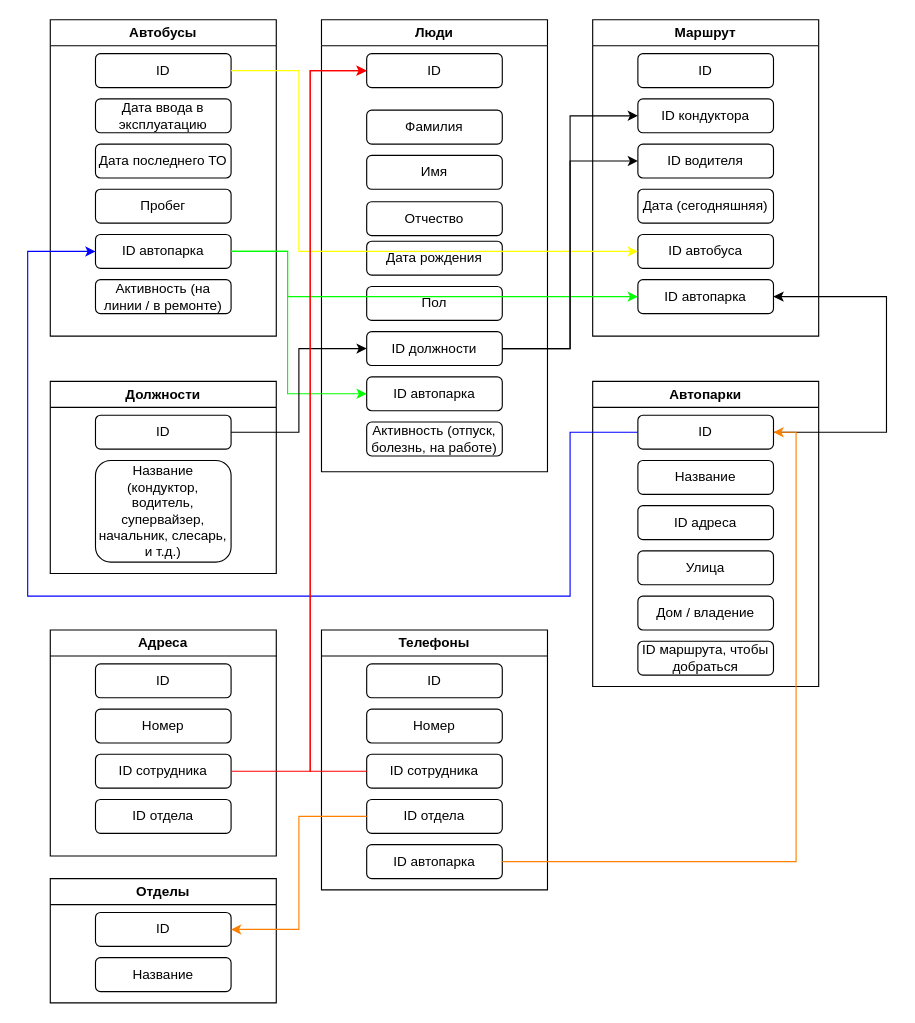
Earlier version of the draw.io diagram Databases01/Seminar01-3-Homework.drawio (OksanaLebedeva/Databases). Source tidied: cells renumbered, new cells numbered last; positions are measured from the earlier drawing's top-left corner, leaving out a move shared by most shapes. Both pictures are drawn from the tidied source at 113%, with x=0, y=0 at pixel (27, 19).
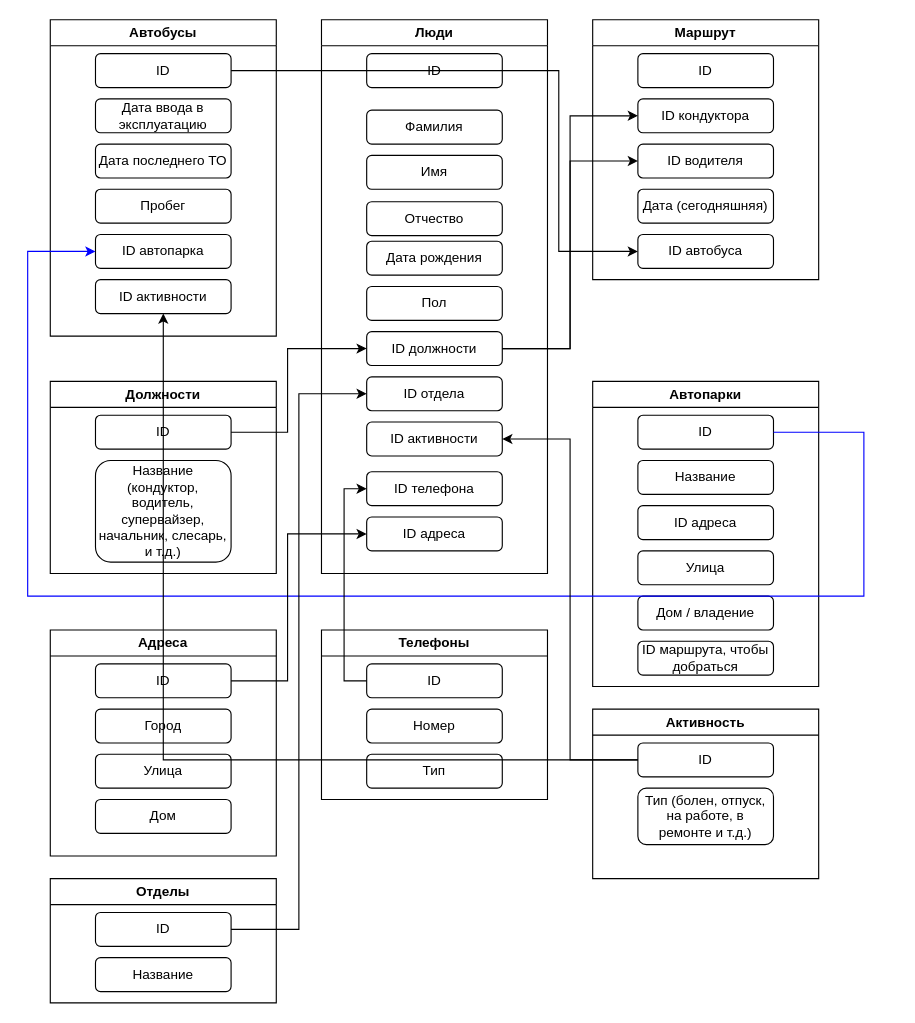
Above is the later version.

Commit message:
Seminar 1 and Homework 1

The change refers to these unchanged cells:
```xml
<mxCell id="2" value="Автобусы" style="swimlane;whiteSpace=wrap;html=1;" parent="1" vertex="1">
  <mxGeometry x="20" width="200" height="280" as="geometry" />
</mxCell>
<mxCell id="3" value="ID" style="rounded=1;whiteSpace=wrap;html=1;" parent="2" vertex="1">
  <mxGeometry x="40" y="30" width="120" height="30" as="geometry" />
</mxCell>
<mxCell id="7" value="ID автопарка" style="rounded=1;whiteSpace=wrap;html=1;" parent="2" vertex="1">
  <mxGeometry x="40" y="190" width="120" height="30" as="geometry" />
</mxCell>
<mxCell id="10" value="ID" style="rounded=1;whiteSpace=wrap;html=1;" parent="9" vertex="1">
  <mxGeometry x="40" y="30" width="120" height="30" as="geometry" />
</mxCell>
<mxCell id="13" value="ID должности" style="rounded=1;whiteSpace=wrap;html=1;" parent="9" vertex="1">
  <mxGeometry x="40" y="276" width="120" height="30" as="geometry" />
</mxCell>
<mxCell id="24" value="ID автобуса" style="rounded=1;whiteSpace=wrap;html=1;" parent="19" vertex="1">
  <mxGeometry x="40" y="190" width="120" height="30" as="geometry" />
</mxCell>
<mxCell id="31" value="ID" style="rounded=1;whiteSpace=wrap;html=1;" parent="30" vertex="1">
  <mxGeometry x="40" y="30" width="120" height="30" as="geometry" />
</mxCell>
<mxCell id="36" value="ID" style="rounded=1;whiteSpace=wrap;html=1;" parent="35" vertex="1">
  <mxGeometry x="40" y="30" width="120" height="30" as="geometry" />
</mxCell>
<mxCell id="44" value="Адреса" style="swimlane;whiteSpace=wrap;html=1;" parent="1" vertex="1">
  <mxGeometry x="20" y="540" width="200" height="200" as="geometry" />
</mxCell>
<mxCell id="45" value="ID" style="rounded=1;whiteSpace=wrap;html=1;" parent="44" vertex="1">
  <mxGeometry x="40" y="30" width="120" height="30" as="geometry" />
</mxCell>
<mxCell id="51" value="ID" style="rounded=1;whiteSpace=wrap;html=1;" parent="50" vertex="1">
  <mxGeometry x="40" y="30" width="120" height="30" as="geometry" />
</mxCell>
<mxCell id="58" value="ID" style="rounded=1;whiteSpace=wrap;html=1;" parent="57" vertex="1">
  <mxGeometry x="40" y="30" width="120" height="30" as="geometry" />
</mxCell>
```

What changed in the source:
```diff
@@
-    <mxCell id="8" value="Активность (на линии / в ремонте)" style="rounded=1;whiteSpace=wrap;html=1;" parent="2" vertex="1">
+    <mxCell id="8" value="ID активности" style="rounded=1;whiteSpace=wrap;html=1;" parent="2" vertex="1">
       <mxGeometry x="40" y="230" width="120" height="30" as="geometry" />
     </mxCell>
     <mxCell id="9" value="Люди" style="swimlane;whiteSpace=wrap;html=1;startSize=23;" parent="1" vertex="1">
-      <mxGeometry x="260" width="200" height="400" as="geometry" />
+      <mxGeometry x="260" width="200" height="490" as="geometry" />
     </mxCell>
@@
-    <mxCell id="14" value="ID автопарка" style="rounded=1;whiteSpace=wrap;html=1;" parent="9" vertex="1">
+    <mxCell id="14" value="ID отдела" style="rounded=1;whiteSpace=wrap;html=1;" parent="9" vertex="1">
       <mxGeometry x="40" y="316" width="120" height="30" as="geometry" />
     </mxCell>
-    <mxCell id="15" value="Активность (отпуск, болезнь, на работе)" style="rounded=1;whiteSpace=wrap;html=1;" parent="9" vertex="1">
+    <mxCell id="15" value="ID активности" style="rounded=1;whiteSpace=wrap;html=1;" parent="9" vertex="1">
       <mxGeometry x="40" y="356" width="120" height="30" as="geometry" />
     </mxCell>
@@
+    <mxCell id="62" value="ID телефона" style="rounded=1;whiteSpace=wrap;html=1;" parent="9" vertex="1">
+      <mxGeometry x="40" y="400" width="120" height="30" as="geometry" />
+    </mxCell>
+    <mxCell id="63" value="ID адреса" style="rounded=1;whiteSpace=wrap;html=1;" parent="9" vertex="1">
+      <mxGeometry x="40" y="440" width="120" height="30" as="geometry" />
+    </mxCell>
     <mxCell id="19" value="Маршрут" style="swimlane;whiteSpace=wrap;html=1;" parent="1" vertex="1">
-      <mxGeometry x="500" width="200" height="280" as="geometry" />
+      <mxGeometry x="500" width="200" height="230" as="geometry" />
     </mxCell>
@@
-    <mxCell id="25" value="ID автопарка" style="rounded=1;whiteSpace=wrap;html=1;" parent="19" vertex="1">
-      <mxGeometry x="40" y="230" width="120" height="30" as="geometry" />
-    </mxCell>
-    <mxCell id="26" style="edgeStyle=orthogonalEdgeStyle;rounded=0;jettySize=auto;html=1;exitX=1;exitY=0.5;exitDx=0;exitDy=0;entryX=0;entryY=0.5;entryDx=0;entryDy=0;strokeColor=#FFFF00;" parent="1" edge="1" source="3" target="24">
-      <mxGeometry relative="1" as="geometry">
-        <Array as="points">
-          <mxPoint x="240" y="45" />
-          <mxPoint x="240" y="205" />
-        </Array>
-      </mxGeometry>
-    </mxCell>
-    <mxCell id="27" style="edgeStyle=orthogonalEdgeStyle;rounded=0;jettySize=auto;html=1;exitX=1;exitY=0.5;exitDx=0;exitDy=0;entryX=0;entryY=0.5;entryDx=0;entryDy=0;strokeColor=#00FF00;" parent="1" edge="1" source="7" target="25">
-      <mxGeometry relative="1" as="geometry">
-        <Array as="points">
-          <mxPoint x="230" y="205" />
-          <mxPoint x="230" y="245" />
-        </Array>
-      </mxGeometry>
-    </mxCell>
@@
-    <mxCell id="33" style="edgeStyle=orthogonalEdgeStyle;rounded=0;jettySize=auto;html=1;exitX=1;exitY=0.5;exitDx=0;exitDy=0;entryX=0;entryY=0.5;entryDx=0;entryDy=0;strokeColor=#00FF00;" parent="1" edge="1" source="7" target="14">
-      <mxGeometry relative="1" as="geometry">
-        <Array as="points">
-          <mxPoint x="230" y="205" />
-          <mxPoint x="230" y="331" />
-        </Array>
-      </mxGeometry>
-    </mxCell>
     <mxCell id="34" style="edgeStyle=orthogonalEdgeStyle;rounded=0;jettySize=auto;html=1;exitX=1;exitY=0.5;exitDx=0;exitDy=0;entryX=0;entryY=0.5;entryDx=0;entryDy=0;" parent="1" edge="1" source="31" target="13">
-      <mxGeometry relative="1" as="geometry" />
+      <mxGeometry relative="1" as="geometry">
+        <Array as="points">
+          <mxPoint x="230" y="365" />
+          <mxPoint x="230" y="291" />
+        </Array>
+      </mxGeometry>
     </mxCell>
@@
-    <mxCell id="42" style="edgeStyle=orthogonalEdgeStyle;rounded=0;jettySize=auto;html=1;exitX=1;exitY=0.5;exitDx=0;exitDy=0;entryX=1;entryY=0.5;entryDx=0;entryDy=0;" parent="1" edge="1" source="36" target="25">
-      <mxGeometry relative="1" as="geometry">
-        <Array as="points">
-          <mxPoint x="760" y="365" />
-          <mxPoint x="760" y="245" />
-        </Array>
-      </mxGeometry>
-    </mxCell>
-    <mxCell id="43" style="edgeStyle=orthogonalEdgeStyle;rounded=0;jettySize=auto;html=1;exitX=0;exitY=0.5;exitDx=0;exitDy=0;entryX=0;entryY=0.5;entryDx=0;entryDy=0;strokeColor=#0000FF;" parent="1" edge="1" source="36" target="7">
+    <mxCell id="43" style="edgeStyle=orthogonalEdgeStyle;rounded=0;jettySize=auto;html=1;exitX=1;exitY=0.5;exitDx=0;exitDy=0;entryX=0;entryY=0.5;entryDx=0;entryDy=0;strokeColor=#0000FF;" parent="1" edge="1" source="36" target="7">
       <mxGeometry relative="1" as="geometry">
         <Array as="points">
-          <mxPoint x="480" y="365" />
-          <mxPoint x="480" y="510" />
+          <mxPoint x="740" y="365" />
+          <mxPoint x="740" y="510" />
           <mxPoint y="510" />
           <mxPoint y="205" />
         </Array>
       </mxGeometry>
     </mxCell>
@@
-    <mxCell id="46" value="Номер" style="rounded=1;whiteSpace=wrap;html=1;" parent="44" vertex="1">
+    <mxCell id="46" value="Город" style="rounded=1;whiteSpace=wrap;html=1;" parent="44" vertex="1">
       <mxGeometry x="40" y="70" width="120" height="30" as="geometry" />
     </mxCell>
-    <mxCell id="47" value="ID сотрудника" style="rounded=1;whiteSpace=wrap;html=1;" parent="44" vertex="1">
+    <mxCell id="47" value="Улица" style="rounded=1;whiteSpace=wrap;html=1;" parent="44" vertex="1">
       <mxGeometry x="40" y="110" width="120" height="30" as="geometry" />
     </mxCell>
-    <mxCell id="48" value="ID отдела" style="rounded=1;whiteSpace=wrap;html=1;" parent="44" vertex="1">
+    <mxCell id="48" value="Дом" style="rounded=1;whiteSpace=wrap;html=1;" parent="44" vertex="1">
       <mxGeometry x="40" y="150" width="120" height="30" as="geometry" />
     </mxCell>
-    <mxCell id="49" style="edgeStyle=orthogonalEdgeStyle;rounded=0;jettySize=auto;html=1;exitX=1;exitY=0.5;exitDx=0;exitDy=0;entryX=0;entryY=0.5;entryDx=0;entryDy=0;fillColor=#FF0000;strokeColor=#FF0000;" parent="1" edge="1" source="47" target="10">
-      <mxGeometry relative="1" as="geometry">
-        <Array as="points">
-          <mxPoint x="250" y="665" />
-          <mxPoint x="250" y="45" />
-        </Array>
-      </mxGeometry>
-    </mxCell>
     <mxCell id="50" value="Телефоны" style="swimlane;whiteSpace=wrap;html=1;" parent="1" vertex="1">
-      <mxGeometry x="260" y="540" width="200" height="230" as="geometry" />
+      <mxGeometry x="260" y="540" width="200" height="150" as="geometry" />
     </mxCell>
@@
-    <mxCell id="53" value="ID сотрудника" style="rounded=1;whiteSpace=wrap;html=1;" parent="50" vertex="1">
+    <mxCell id="53" value="Тип" style="rounded=1;whiteSpace=wrap;html=1;" parent="50" vertex="1">
       <mxGeometry x="40" y="110" width="120" height="30" as="geometry" />
     </mxCell>
-    <mxCell id="54" value="ID отдела" style="rounded=1;whiteSpace=wrap;html=1;" parent="50" vertex="1">
-      <mxGeometry x="40" y="150" width="120" height="30" as="geometry" />
-    </mxCell>
-    <mxCell id="55" value="ID автопарка" style="rounded=1;whiteSpace=wrap;html=1;" parent="50" vertex="1">
-      <mxGeometry x="40" y="190" width="120" height="30" as="geometry" />
-    </mxCell>
-    <mxCell id="56" style="edgeStyle=orthogonalEdgeStyle;rounded=0;jettySize=auto;html=1;exitX=0;exitY=0.5;exitDx=0;exitDy=0;entryX=0;entryY=0.5;entryDx=0;entryDy=0;strokeColor=#FF0000;fillColor=#FF0000;" parent="1" edge="1" source="53" target="10">
-      <mxGeometry relative="1" as="geometry">
-        <Array as="points">
-          <mxPoint x="250" y="665" />
-          <mxPoint x="250" y="45" />
-        </Array>
-      </mxGeometry>
-    </mxCell>
@@
-    <mxCell id="60" style="edgeStyle=orthogonalEdgeStyle;rounded=0;jettySize=auto;html=1;exitX=0;exitY=0.5;exitDx=0;exitDy=0;entryX=1;entryY=0.5;entryDx=0;entryDy=0;strokeColor=#FF8000;fillColor=#FF0000;" parent="1" edge="1" source="54" target="58">
-      <mxGeometry relative="1" as="geometry" />
-    </mxCell>
-    <mxCell id="61" style="edgeStyle=orthogonalEdgeStyle;rounded=0;jettySize=auto;html=1;exitX=1;exitY=0.5;exitDx=0;exitDy=0;entryX=1;entryY=0.5;entryDx=0;entryDy=0;strokeColor=#FF8000;fillColor=#FF0000;" parent="1" edge="1" source="55" target="36">
-      <mxGeometry relative="1" as="geometry" />
-    </mxCell>
+    <mxCell id="64" style="edgeStyle=orthogonalEdgeStyle;rounded=0;jettySize=auto;html=1;exitX=1;exitY=0.5;exitDx=0;exitDy=0;entryX=0;entryY=0.5;entryDx=0;entryDy=0;" parent="1" edge="1" source="58" target="14">
+      <mxGeometry relative="1" as="geometry" />
+    </mxCell>
+    <mxCell id="65" style="edgeStyle=orthogonalEdgeStyle;rounded=0;jettySize=auto;html=1;exitX=0;exitY=0.5;exitDx=0;exitDy=0;entryX=0;entryY=0.5;entryDx=0;entryDy=0;" parent="1" edge="1" source="51" target="62">
+      <mxGeometry relative="1" as="geometry" />
+    </mxCell>
+    <mxCell id="66" style="edgeStyle=orthogonalEdgeStyle;rounded=0;jettySize=auto;html=1;exitX=1;exitY=0.5;exitDx=0;exitDy=0;entryX=0;entryY=0.5;entryDx=0;entryDy=0;" parent="1" edge="1" source="45" target="63">
+      <mxGeometry relative="1" as="geometry">
+        <Array as="points">
+          <mxPoint x="230" y="585" />
+          <mxPoint x="230" y="455" />
+        </Array>
+      </mxGeometry>
+    </mxCell>
+    <mxCell id="26" style="edgeStyle=orthogonalEdgeStyle;rounded=0;jettySize=auto;html=1;exitX=1;exitY=0.5;exitDx=0;exitDy=0;entryX=0;entryY=0.5;entryDx=0;entryDy=0;" parent="1" edge="1" source="3" target="24">
+      <mxGeometry relative="1" as="geometry">
+        <Array as="points">
+          <mxPoint x="470" y="45" />
+          <mxPoint x="470" y="205" />
+        </Array>
+      </mxGeometry>
+    </mxCell>
+    <mxCell id="67" value="Активность" style="swimlane;whiteSpace=wrap;html=1;" parent="1" vertex="1">
+      <mxGeometry x="500" y="610" width="200" height="150" as="geometry" />
+    </mxCell>
+    <mxCell id="68" value="ID" style="rounded=1;whiteSpace=wrap;html=1;" parent="67" vertex="1">
+      <mxGeometry x="40" y="30" width="120" height="30" as="geometry" />
+    </mxCell>
+    <mxCell id="69" value="Тип (болен, отпуск, на работе, в ремонте и т.д.)" style="rounded=1;whiteSpace=wrap;html=1;" parent="67" vertex="1">
+      <mxGeometry x="40" y="70" width="120" height="50" as="geometry" />
+    </mxCell>
+    <mxCell id="70" style="edgeStyle=orthogonalEdgeStyle;rounded=0;jettySize=auto;html=1;exitX=0;exitY=0.5;exitDx=0;exitDy=0;entryX=1;entryY=0.5;entryDx=0;entryDy=0;" parent="1" edge="1" source="68" target="15">
+      <mxGeometry relative="1" as="geometry" />
+    </mxCell>
+    <mxCell id="71" style="edgeStyle=orthogonalEdgeStyle;rounded=0;jettySize=auto;html=1;exitX=0;exitY=0.5;exitDx=0;exitDy=0;" parent="1" edge="1" source="68" target="8">
+      <mxGeometry relative="1" as="geometry" />
+    </mxCell>
```
